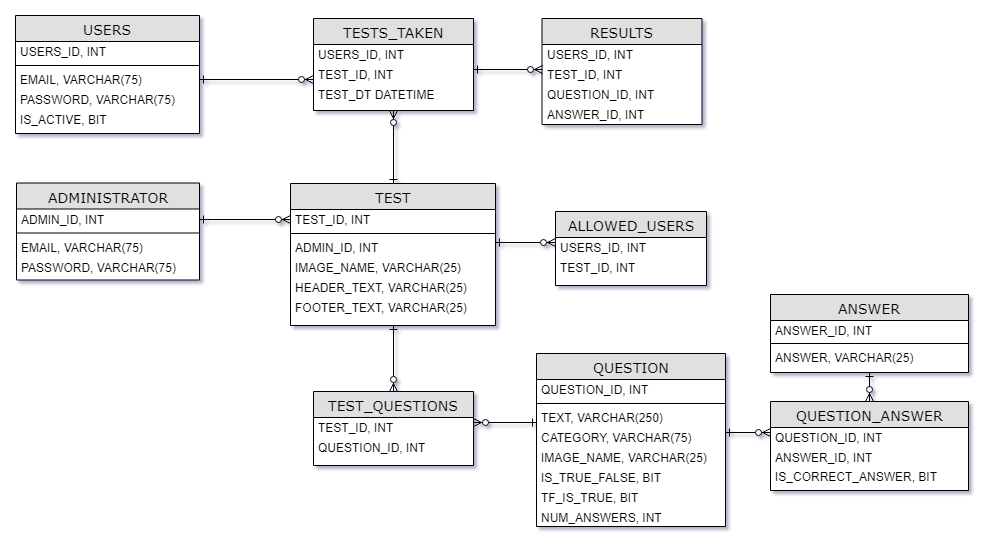
lprescott/QuizServe keeps this draw.io diagram as project-logistics/er-diagram.png. Above is the earlier version. Source tidied: cells renumbered, new cells last; positions are measured from the earlier drawing's top-left corner, leaving out a move shared by most shapes.
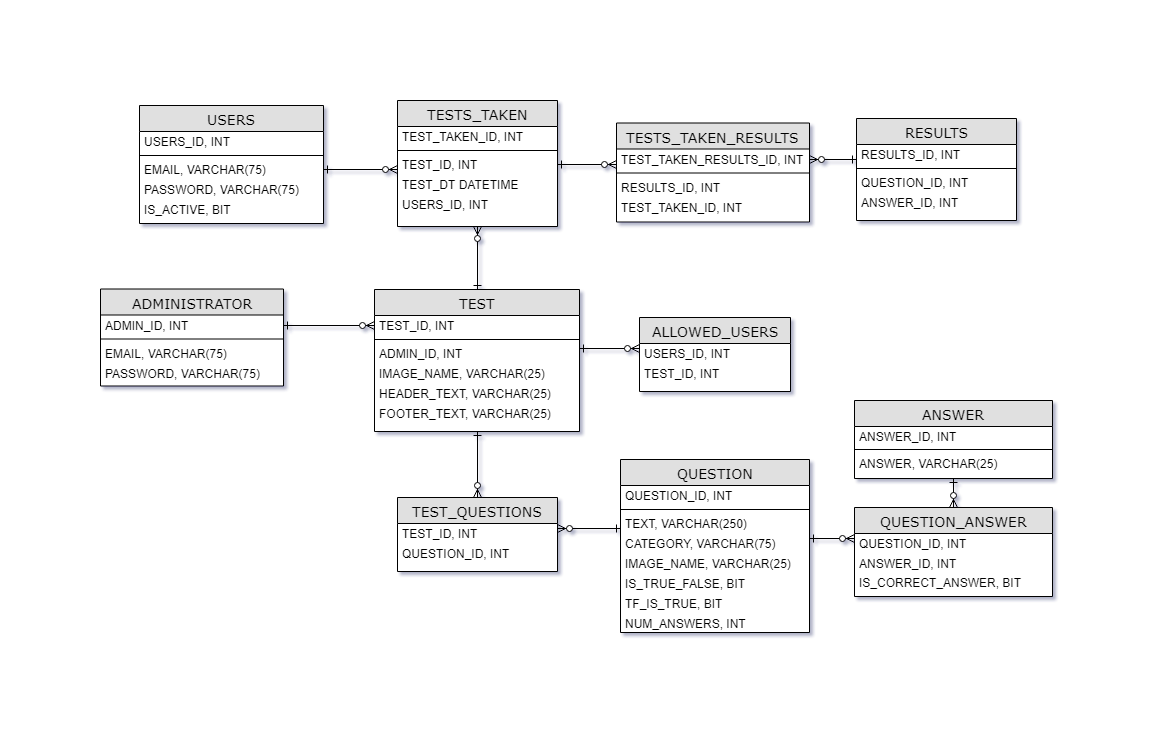
After the change.

The edit, as a diff of the source:
```diff
@@ -3,7 +3,7 @@
     <mxCell id="0" />
     <mxCell id="1" parent="0" />
     <mxCell id="2" value="USERS" style="swimlane;html=1;fontStyle=0;horizontal=1;startSize=26;fillColor=#e0e0e0;swimlaneFillColor=#ffffff;align=center;rounded=0;shadow=0;comic=0;labelBackgroundColor=none;strokeColor=#000000;strokeWidth=1;fontFamily=Verdana;fontSize=14;fontColor=#000000;spacingTop=0;spacingLeft=0;" parent="1" vertex="1">
-      <mxGeometry width="184" height="118" as="geometry" />
+      <mxGeometry x="40" y="-16" width="184" height="118" as="geometry" />
     </mxCell>
     <mxCell id="3" value="USERS_ID, INT" style="text;html=1;strokeColor=none;fillColor=none;align=left;verticalAlign=middle;whiteSpace=wrap;rounded=0;spacingLeft=0;spacingTop=0;spacing=5;" parent="2" vertex="1">
       <mxGeometry y="26" width="184" height="20" as="geometry" />
@@ -126,17 +126,38 @@
       <mxGeometry relative="1" as="geometry" />
     </mxCell>
     <mxCell id="43" value="TESTS_TAKEN&lt;br&gt;" style="swimlane;html=1;fontStyle=0;horizontal=1;startSize=26;fillColor=#e0e0e0;swimlaneFillColor=#ffffff;align=center;rounded=0;shadow=0;comic=0;labelBackgroundColor=none;strokeColor=#000000;strokeWidth=1;fontFamily=Verdana;fontSize=14;fontColor=#000000;spacingTop=0;spacingLeft=0;" parent="1" vertex="1">
-      <mxGeometry x="298" y="3" width="160" height="92" as="geometry" />
+      <mxGeometry x="298" y="-21" width="160" height="126" as="geometry" />
     </mxCell>
-    <mxCell id="44" value="USERS_ID, INT" style="text;html=1;strokeColor=none;fillColor=none;align=left;verticalAlign=middle;whiteSpace=wrap;rounded=0;spacingLeft=0;spacingTop=0;spacing=5;" parent="43" vertex="1">
+    <mxCell id="44" value="TEST_TAKEN_ID, INT" style="text;html=1;strokeColor=none;fillColor=none;align=left;verticalAlign=middle;whiteSpace=wrap;rounded=0;spacingLeft=0;spacingTop=0;spacing=5;" parent="43" vertex="1">
       <mxGeometry y="26" width="160" height="20" as="geometry" />
     </mxCell>
+    <mxCell id="61" style="line;strokeWidth=1;fillColor=none;align=left;verticalAlign=middle;spacingTop=-1;spacingLeft=3;spacingRight=3;labelPosition=right;" parent="43" vertex="1">
+      <mxGeometry y="46" width="160" height="8" as="geometry" />
+    </mxCell>
     <mxCell id="45" value="TEST_ID, INT" style="text;html=1;strokeColor=none;fillColor=none;align=left;verticalAlign=middle;whiteSpace=wrap;rounded=0;spacingLeft=0;spacingTop=0;spacing=5;" parent="43" vertex="1">
-      <mxGeometry y="46" width="160" height="20" as="geometry" />
+      <mxGeometry y="54" width="160" height="20" as="geometry" />
     </mxCell>
     <mxCell id="46" value="TEST_DT DATETIME" style="text;html=1;strokeColor=none;fillColor=none;align=left;verticalAlign=middle;whiteSpace=wrap;rounded=0;spacingLeft=0;spacingTop=0;spacing=5;" parent="43" vertex="1">
-      <mxGeometry y="66" width="160" height="20" as="geometry" />
+      <mxGeometry y="74" width="160" height="20" as="geometry" />
     </mxCell>
+    <mxCell id="56" value="USERS_ID, INT" style="text;html=1;strokeColor=none;fillColor=none;align=left;verticalAlign=middle;whiteSpace=wrap;rounded=0;spacingLeft=0;spacingTop=0;spacing=5;" parent="43" vertex="1">
+      <mxGeometry y="94" width="160" height="20" as="geometry" />
+    </mxCell>
+    <mxCell id="62" value="TESTS_TAKEN_RESULTS&lt;br&gt;" style="swimlane;html=1;fontStyle=0;horizontal=1;startSize=26;fillColor=#e0e0e0;swimlaneFillColor=#ffffff;align=center;rounded=0;shadow=0;comic=0;labelBackgroundColor=none;strokeColor=#000000;strokeWidth=1;fontFamily=Verdana;fontSize=14;fontColor=#000000;spacingTop=0;spacingLeft=0;" parent="1" vertex="1">
+      <mxGeometry x="517" y="1.5" width="193" height="99" as="geometry" />
+    </mxCell>
+    <mxCell id="63" value="TEST_TAKEN_RESULTS_ID, INT" style="text;html=1;strokeColor=none;fillColor=none;align=left;verticalAlign=middle;whiteSpace=wrap;rounded=0;spacingLeft=0;spacingTop=0;spacing=5;" parent="62" vertex="1">
+      <mxGeometry y="26" width="193" height="20" as="geometry" />
+    </mxCell>
+    <mxCell id="64" style="line;strokeWidth=1;fillColor=none;align=left;verticalAlign=middle;spacingTop=-1;spacingLeft=3;spacingRight=3;labelPosition=right;" parent="62" vertex="1">
+      <mxGeometry y="46" width="193" height="8" as="geometry" />
+    </mxCell>
+    <mxCell id="65" value="RESULTS_ID, INT" style="text;html=1;strokeColor=none;fillColor=none;align=left;verticalAlign=middle;whiteSpace=wrap;rounded=0;spacingLeft=0;spacingTop=0;spacing=5;" parent="62" vertex="1">
+      <mxGeometry y="54" width="193" height="20" as="geometry" />
+    </mxCell>
+    <mxCell id="66" value="TEST_TAKEN_ID, INT" style="text;html=1;strokeColor=none;fillColor=none;align=left;verticalAlign=middle;whiteSpace=wrap;rounded=0;spacingLeft=0;spacingTop=0;spacing=5;" parent="62" vertex="1">
+      <mxGeometry y="74" width="193" height="20" as="geometry" />
+    </mxCell>
     <mxCell id="47" style="edgeStyle=orthogonalEdgeStyle;rounded=0;jettySize=auto;html=1;exitX=1;exitY=0.5;exitDx=0;exitDy=0;entryX=0;entryY=0.75;entryDx=0;entryDy=0;endArrow=ERzeroToMany;endFill=1;startArrow=ERone;startFill=0;" parent="1" edge="1" source="5" target="45">
       <mxGeometry relative="1" as="geometry" />
     </mxCell>
@@ -162,22 +183,25 @@
       <mxGeometry relative="1" as="geometry" />
     </mxCell>
     <mxCell id="55" value="RESULTS" style="swimlane;html=1;fontStyle=0;horizontal=1;startSize=26;fillColor=#e0e0e0;swimlaneFillColor=#ffffff;align=center;rounded=0;shadow=0;comic=0;labelBackgroundColor=none;strokeColor=#000000;strokeWidth=1;fontFamily=Verdana;fontSize=14;fontColor=#000000;spacingTop=0;spacingLeft=0;" parent="1" vertex="1">
-      <mxGeometry x="526.5" y="3" width="160" height="106" as="geometry" />
+      <mxGeometry x="757" y="-3" width="160" height="102" as="geometry" />
     </mxCell>
-    <mxCell id="56" value="USERS_ID, INT" style="text;html=1;strokeColor=none;fillColor=none;align=left;verticalAlign=middle;whiteSpace=wrap;rounded=0;spacingLeft=0;spacingTop=0;spacing=5;" parent="55" vertex="1">
-      <mxGeometry y="26" width="160" height="20" as="geometry" />
-    </mxCell>
-    <mxCell id="57" value="TEST_ID, INT" style="text;html=1;strokeColor=none;fillColor=none;align=left;verticalAlign=middle;whiteSpace=wrap;rounded=0;spacingLeft=0;spacingTop=0;spacing=5;" parent="55" vertex="1">
-      <mxGeometry y="46" width="160" height="20" as="geometry" />
-    </mxCell>
+    <mxCell id="67" value="RESULTS_ID, INT" style="text;html=1;strokeColor=none;fillColor=none;align=left;verticalAlign=middle;whiteSpace=wrap;rounded=0;spacingLeft=0;spacingTop=0;spacing=5;" parent="55" vertex="1">
+      <mxGeometry y="26" width="160" height="20" as="geometry" />
+    </mxCell>
+    <mxCell id="68" style="line;strokeWidth=1;fillColor=none;align=left;verticalAlign=middle;spacingTop=-1;spacingLeft=3;spacingRight=3;labelPosition=right;" parent="55" vertex="1">
+      <mxGeometry y="46" width="160" height="8" as="geometry" />
+    </mxCell>
     <mxCell id="58" value="QUESTION_ID, INT" style="text;html=1;strokeColor=none;fillColor=none;align=left;verticalAlign=middle;whiteSpace=wrap;rounded=0;spacingLeft=0;spacingTop=0;spacing=5;" parent="55" vertex="1">
-      <mxGeometry y="66" width="160" height="20" as="geometry" />
+      <mxGeometry y="54" width="160" height="20" as="geometry" />
     </mxCell>
     <mxCell id="59" value="ANSWER_ID, INT" style="text;html=1;strokeColor=none;fillColor=none;align=left;verticalAlign=middle;whiteSpace=wrap;rounded=0;spacingLeft=0;spacingTop=0;spacing=5;" parent="55" vertex="1">
-      <mxGeometry y="86" width="160" height="20" as="geometry" />
+      <mxGeometry y="74" width="160" height="20" as="geometry" />
     </mxCell>
-    <mxCell id="60" style="edgeStyle=orthogonalEdgeStyle;rounded=0;jettySize=auto;html=1;exitX=1;exitY=0.25;exitDx=0;exitDy=0;entryX=0;entryY=0.25;entryDx=0;entryDy=0;startArrow=ERone;startFill=0;endArrow=ERzeroToMany;endFill=1;" parent="1" edge="1" source="45" target="57">
-      <mxGeometry relative="1" as="geometry" />
-    </mxCell>
+    <mxCell id="69" style="edgeStyle=orthogonalEdgeStyle;rounded=0;jettySize=auto;html=1;exitX=1;exitY=0.5;exitDx=0;exitDy=0;entryX=0;entryY=0.75;entryDx=0;entryDy=0;startArrow=ERone;startFill=0;endArrow=ERzeroToMany;endFill=1;" parent="1" edge="1" source="45" target="63">
+      <mxGeometry relative="1" as="geometry" />
+    </mxCell>
+    <mxCell id="70" style="edgeStyle=orthogonalEdgeStyle;rounded=0;jettySize=auto;html=1;exitX=0;exitY=0.75;exitDx=0;exitDy=0;entryX=1;entryY=0.5;entryDx=0;entryDy=0;startArrow=ERone;startFill=0;endArrow=ERzeroToMany;endFill=1;" parent="1" edge="1" source="67" target="63">
+      <mxGeometry relative="1" as="geometry" />
+    </mxCell>
   </root>
 </mxGraphModel>
```
